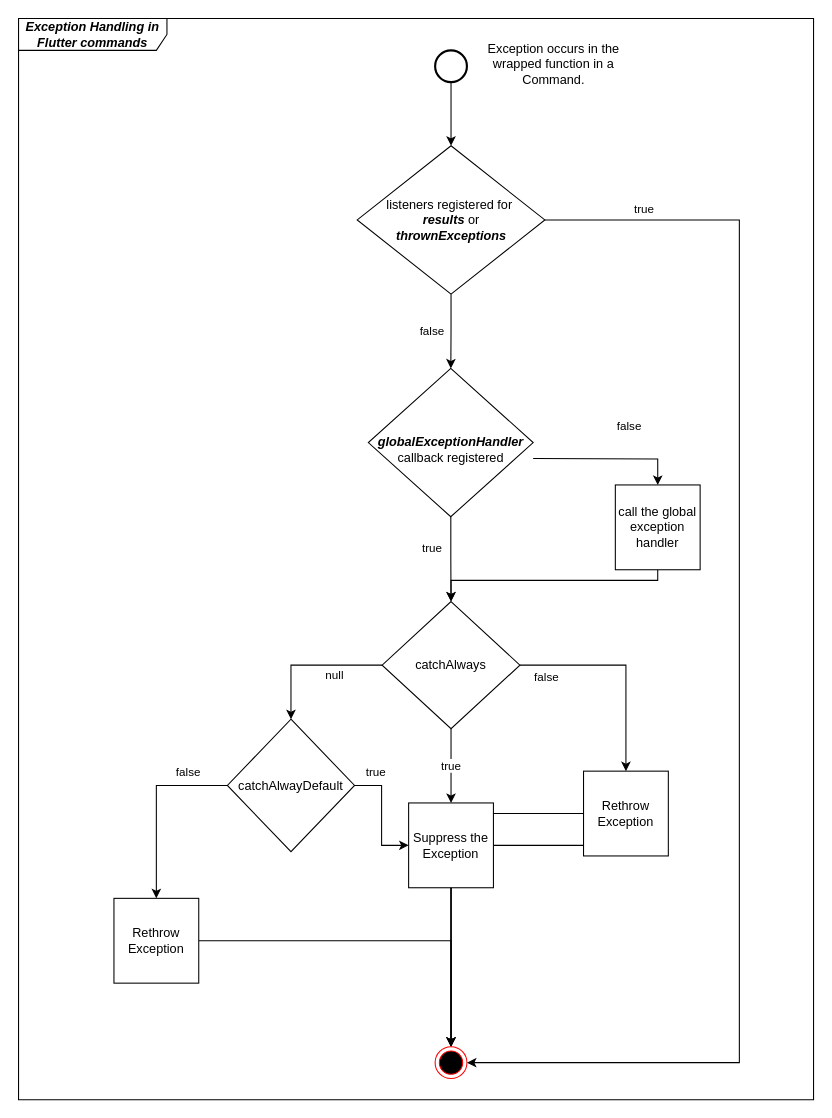
The draw.io diagram misc/flow_diagrams.drawio in escamoteur/flutter_command, before the edit. Source tidied: cells renumbered, new cells numbered last; positions are measured from the earlier drawing's top-left corner, leaving out a move shared by most shapes. Both pictures are drawn from the tidied source at 106%, with x=0, y=0 at pixel (18, 18).
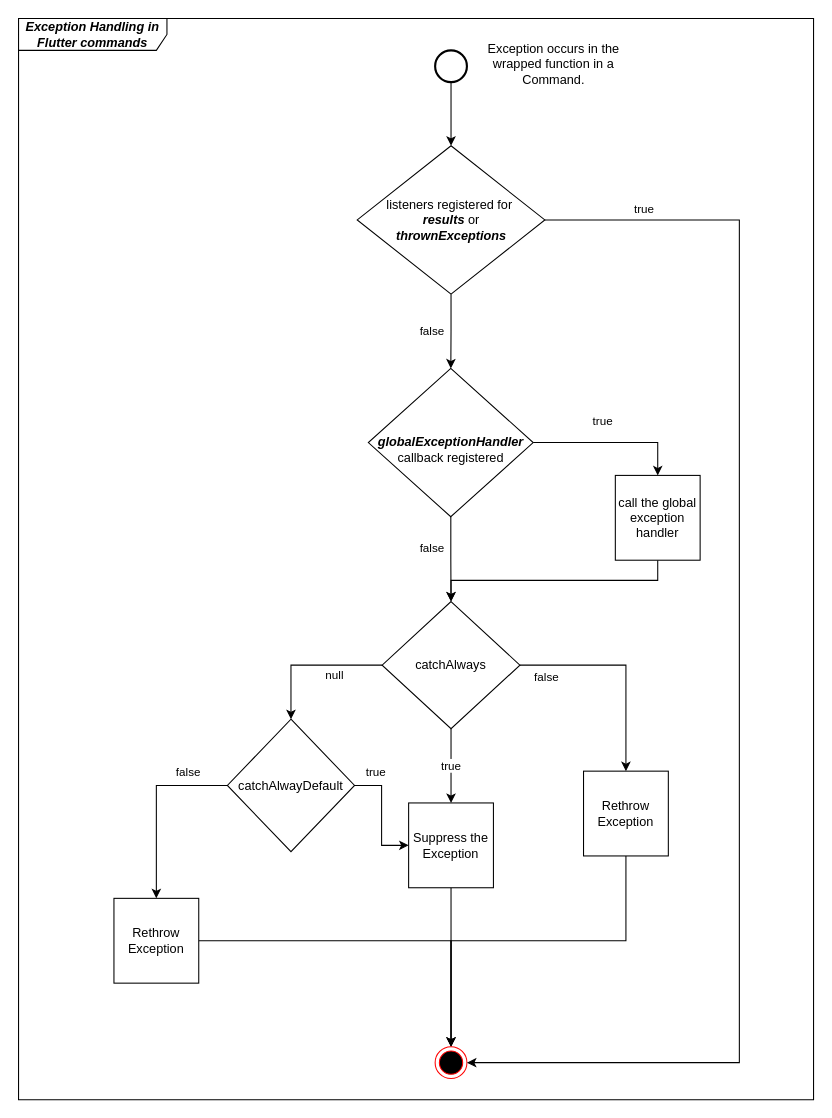
The same diagram, later.

Commit message (it also covers changes not shown here):
Fix the error handling diagram

Unchanged cells that the change refers to:
```xml
<mxCell id="9" value="catchAlways" style="rhombus;whiteSpace=wrap;html=1;" parent="1" vertex="1">
  <mxGeometry x="343" y="550" width="130" height="120" as="geometry" />
</mxCell>
<mxCell id="19" value="&lt;b&gt;&lt;i&gt;&lt;br&gt;globalExceptionHandler &lt;/i&gt;&lt;/b&gt;callback registered" style="rhombus;whiteSpace=wrap;html=1;" parent="1" vertex="1">
  <mxGeometry x="330" y="330" width="155.5" height="140" as="geometry" />
</mxCell>
<mxCell id="25" value="Rethrow Exception" style="whiteSpace=wrap;html=1;" parent="1" vertex="1">
  <mxGeometry x="533" y="710" width="80" height="80" as="geometry" />
</mxCell>
<mxCell id="28" style="ellipse;html=1;shape=endState;fillColor=#000000;strokeColor=#ff0000;" parent="1" vertex="1">
  <mxGeometry x="393" y="970" width="30" height="30" as="geometry" />
</mxCell>
```

Change to the diagram source:
```diff
@@
-    <mxCell id="17" value="false" style="edgeStyle=orthogonalEdgeStyle;rounded=0;jumpStyle=none;jettySize=auto;html=1;" parent="1" edge="1" target="22">
-      <mxGeometry x="0.26" y="30" relative="1" as="geometry">
-        <mxPoint x="485.5" y="415" as="sourcePoint" />
-        <mxPoint x="1" as="offset" />
+    <mxCell id="17" value="true" style="edgeStyle=orthogonalEdgeStyle;rounded=0;jumpStyle=none;jettySize=auto;html=1;exitX=1;exitY=0.5;exitDx=0;exitDy=0;" parent="1" edge="1" source="19" target="22">
+      <mxGeometry x="-0.13" y="20" relative="1" as="geometry">
+        <Array as="points">
+          <mxPoint x="603" y="400" />
+        </Array>
       </mxGeometry>
     </mxCell>
-    <mxCell id="18" value="true" style="edgeStyle=orthogonalEdgeStyle;rounded=0;jumpStyle=none;jettySize=auto;html=1;" parent="1" edge="1" source="19" target="9">
+    <mxCell id="18" value="false" style="edgeStyle=orthogonalEdgeStyle;rounded=0;jumpStyle=none;jettySize=auto;html=1;" parent="1" edge="1" source="19" target="9">
       <mxGeometry x="-0.25" y="-18" relative="1" as="geometry" />
     </mxCell>
@@
     <mxCell id="22" value="call the global exception handler" style="whiteSpace=wrap;html=1;" parent="1" vertex="1">
-      <mxGeometry x="563" y="440" width="80" height="80" as="geometry" />
+      <mxGeometry x="563" y="431" width="80" height="80" as="geometry" />
     </mxCell>
     <mxCell id="23" style="edgeStyle=orthogonalEdgeStyle;rounded=0;jumpStyle=none;jettySize=auto;html=1;entryX=0.5;entryY=0;entryDx=0;entryDy=0;" parent="1" edge="1" source="25" target="28">
-      <mxGeometry relative="1" as="geometry" />
+      <mxGeometry relative="1" as="geometry">
+        <Array as="points">
+          <mxPoint x="573" y="870" />
+          <mxPoint x="408" y="870" />
+        </Array>
+      </mxGeometry>
     </mxCell>
-    <mxCell id="24" style="edgeStyle=orthogonalEdgeStyle;rounded=0;jumpStyle=none;jettySize=auto;html=1;entryX=0.5;entryY=0;entryDx=0;entryDy=0;" parent="1" edge="1" source="25" target="28">
-      <mxGeometry relative="1" as="geometry">
-        <Array as="points">
-          <mxPoint x="520" y="780" />
-          <mxPoint x="355" y="780" />
-        </Array>
-      </mxGeometry>
-    </mxCell>
```
